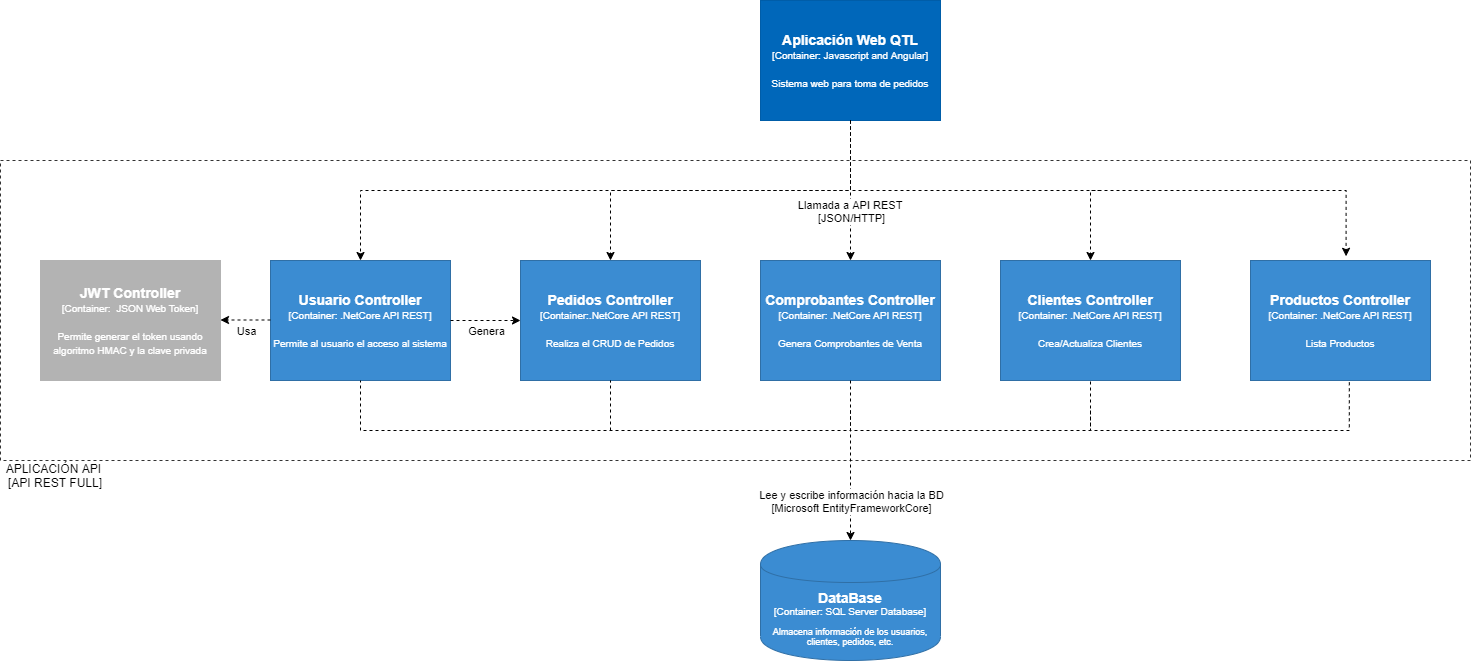
Earlier version of the draw.io export Diagramas/ModeloImplementacion.png (juancarlosfig1603/SistemaRestauranteCI2). Source tidied: cells renumbered, new cells last; positions are measured from the earlier drawing's top-left corner, leaving out a move shared by most shapes.
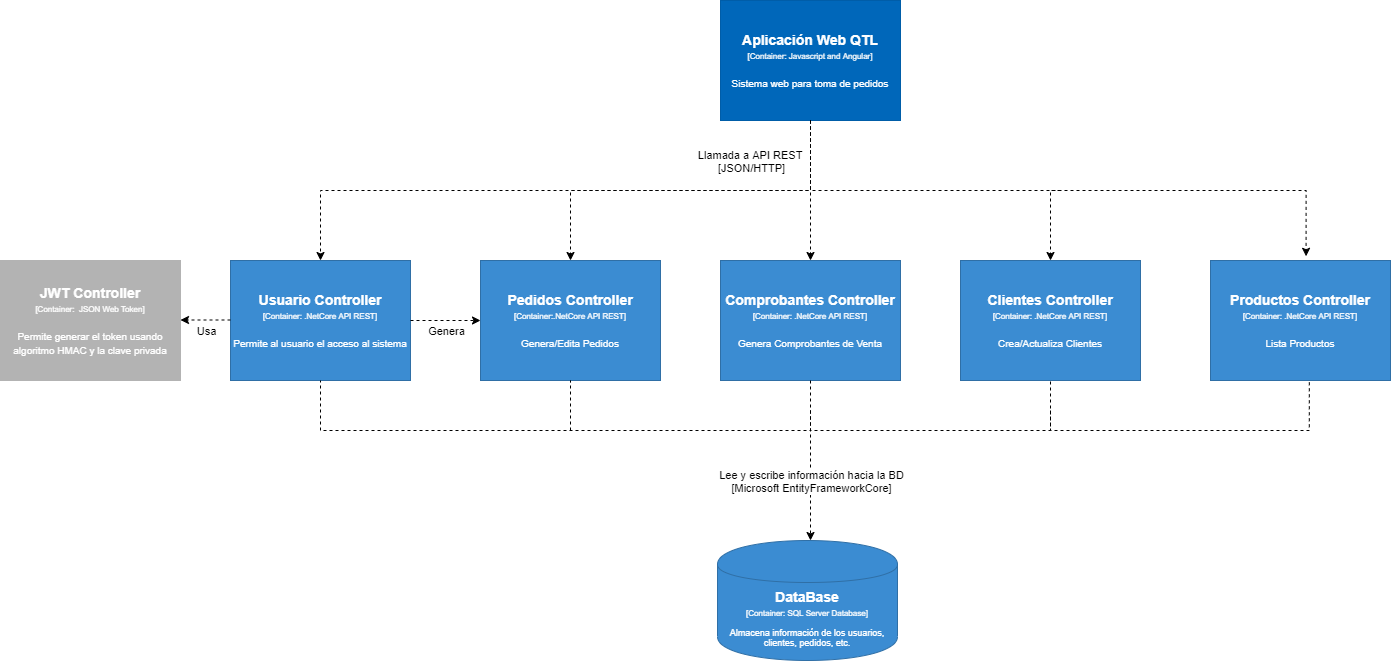
After the change.

Change to the diagram source:
```diff
@@ -2,45 +2,42 @@
   <root>
     <mxCell id="0" />
     <mxCell id="1" parent="0" />
-    <mxCell id="2" style="rounded=0;whiteSpace=wrap;html=1;strokeColor=#333333;fillColor=none;dashed=1;" parent="1" vertex="1">
-      <mxGeometry y="160" width="1470" height="300" as="geometry" />
-    </mxCell>
-    <object id="3" label="&lt;div&gt;&lt;span style=&quot;font-size: 14px&quot;&gt;&lt;b&gt;Aplicación Web QTL&lt;/b&gt;&lt;/span&gt;&lt;/div&gt;&lt;div&gt;&lt;font style=&quot;font-size: 10px&quot;&gt;[Container: Javascript and Angular]&lt;/font&gt;&lt;/div&gt;&lt;div&gt;&lt;span style=&quot;font-size: 8px&quot;&gt;&lt;br&gt;&lt;/span&gt;&lt;/div&gt;&lt;div&gt;&lt;font size=&quot;1&quot;&gt;Sistema web para toma de pedidos&lt;/font&gt;&lt;/div&gt;" description="Description" name="Software System Name" placeholders="1">
+    <object id="3" label="&lt;div&gt;&lt;span style=&quot;font-size: 14px&quot;&gt;&lt;b&gt;Aplicación Web QTL&lt;/b&gt;&lt;/span&gt;&lt;/div&gt;&lt;div&gt;&lt;span style=&quot;font-size: 8px&quot;&gt;[Container: Javascript and Angular]&lt;/span&gt;&lt;/div&gt;&lt;div&gt;&lt;span style=&quot;font-size: 8px&quot;&gt;&lt;br&gt;&lt;/span&gt;&lt;/div&gt;&lt;div&gt;&lt;font size=&quot;1&quot;&gt;Sistema web para toma de pedidos&lt;/font&gt;&lt;/div&gt;" description="Description" name="Software System Name" placeholders="1">
       <mxCell style="rounded=0;whiteSpace=wrap;html=1;fillColor=#0067BA;fontColor=#FFFFFF;strokeColor=#005DA8;" parent="1" vertex="1">
         <mxGeometry x="760" width="180" height="120" as="geometry" />
       </mxCell>
     </object>
-    <object id="4" label="&lt;div&gt;&lt;span style=&quot;font-size: 14px&quot;&gt;&lt;b&gt;Comprobantes Controller&lt;/b&gt;&lt;/span&gt;&lt;/div&gt;&lt;div&gt;&lt;font style=&quot;font-size: 10px&quot;&gt;[Container: .NetCore API REST]&lt;/font&gt;&lt;/div&gt;&lt;div&gt;&lt;span style=&quot;font-size: 8px&quot;&gt;&lt;br&gt;&lt;/span&gt;&lt;/div&gt;&lt;div&gt;&lt;font size=&quot;1&quot;&gt;Genera Comprobantes de Venta&lt;/font&gt;&lt;/div&gt;" description="Description" name="Container Name" placeholders="1" technology="e.g. Python, Flask">
+    <object id="4" label="&lt;div&gt;&lt;span style=&quot;font-size: 14px&quot;&gt;&lt;b&gt;Comprobantes Controller&lt;/b&gt;&lt;/span&gt;&lt;/div&gt;&lt;div&gt;&lt;span style=&quot;font-size: 8px&quot;&gt;[Container: .NetCore API REST]&lt;/span&gt;&lt;/div&gt;&lt;div&gt;&lt;span style=&quot;font-size: 8px&quot;&gt;&lt;br&gt;&lt;/span&gt;&lt;/div&gt;&lt;div&gt;&lt;font size=&quot;1&quot;&gt;Genera Comprobantes de Venta&lt;/font&gt;&lt;/div&gt;" description="Description" name="Container Name" placeholders="1" technology="e.g. Python, Flask">
       <mxCell style="rounded=0;whiteSpace=wrap;html=1;fillColor=#3B8CD2;fontColor=#FFFFFF;strokeColor=#2F6FA6;" parent="1" vertex="1">
         <mxGeometry x="760" y="260" width="180" height="120" as="geometry" />
       </mxCell>
     </object>
-    <object id="5" label="&lt;div style=&quot;color: rgb(255 , 255 , 255) ; white-space: normal&quot;&gt;&lt;span style=&quot;font-size: 14px&quot;&gt;&lt;b&gt;DataBase&lt;/b&gt;&lt;/span&gt;&lt;/div&gt;&lt;div style=&quot;color: rgb(255 , 255 , 255) ; white-space: normal&quot;&gt;&lt;font style=&quot;font-size: 10px&quot;&gt;[Container: SQL Server Database]&lt;/font&gt;&lt;/div&gt;&lt;div style=&quot;color: rgb(255 , 255 , 255) ; white-space: normal ; font-size: 8px&quot;&gt;&lt;font style=&quot;line-height: 9.6px&quot;&gt;&lt;br&gt;&lt;/font&gt;&lt;/div&gt;&lt;div style=&quot;color: rgb(255 , 255 , 255) ; white-space: normal&quot;&gt;Almacena información de los usuarios, clientes, pedidos, etc.&lt;/div&gt;" description="Description" name="Container Name" placeholders="1" technology="e.g. PostgreSQL">
+    <object id="5" label="&lt;div style=&quot;color: rgb(255 , 255 , 255) ; white-space: normal&quot;&gt;&lt;span style=&quot;font-size: 14px&quot;&gt;&lt;b&gt;DataBase&lt;/b&gt;&lt;/span&gt;&lt;/div&gt;&lt;div style=&quot;color: rgb(255 , 255 , 255) ; font-size: 12px ; white-space: normal&quot;&gt;&lt;font style=&quot;font-size: 8px&quot;&gt;[Container: SQL Server Database]&lt;/font&gt;&lt;/div&gt;&lt;div style=&quot;color: rgb(255 , 255 , 255) ; white-space: normal ; font-size: 8px&quot;&gt;&lt;font style=&quot;line-height: 9.6px&quot;&gt;&lt;br&gt;&lt;/font&gt;&lt;/div&gt;&lt;div style=&quot;color: rgb(255 , 255 , 255) ; white-space: normal&quot;&gt;Almacena información de los usuarios, clientes, pedidos, etc.&lt;/div&gt;" description="Description" name="Container Name" placeholders="1" technology="e.g. PostgreSQL">
       <mxCell style="shape=cylinder;whiteSpace=wrap;html=1;boundedLbl=1;backgroundOutline=1;strokeColor=#2F6FA6;strokeWidth=1;fillColor=#3B8CD2;fontSize=9;fontColor=#000000;align=center;" parent="1" vertex="1">
-        <mxGeometry x="760" y="540" width="180" height="120" as="geometry" />
+        <mxGeometry x="757" y="540" width="180" height="120" as="geometry" />
       </mxCell>
     </object>
-    <object id="6" label="&lt;div&gt;&lt;span style=&quot;font-size: 14px&quot;&gt;&lt;b&gt;Clientes Controller&lt;/b&gt;&lt;/span&gt;&lt;/div&gt;&lt;div&gt;&lt;font style=&quot;font-size: 10px&quot;&gt;[Container: .NetCore API REST]&lt;/font&gt;&lt;/div&gt;&lt;div&gt;&lt;span style=&quot;font-size: 8px&quot;&gt;&lt;br&gt;&lt;/span&gt;&lt;/div&gt;&lt;div&gt;&lt;font size=&quot;1&quot;&gt;Crea/Actualiza Clientes&lt;/font&gt;&lt;/div&gt;" description="Description" name="Container Name" placeholders="1" technology="e.g. Python, Flask">
+    <object id="6" label="&lt;div&gt;&lt;span style=&quot;font-size: 14px&quot;&gt;&lt;b&gt;Clientes Controller&lt;/b&gt;&lt;/span&gt;&lt;/div&gt;&lt;div&gt;&lt;span style=&quot;font-size: 8px&quot;&gt;[Container: .NetCore API REST]&lt;/span&gt;&lt;/div&gt;&lt;div&gt;&lt;span style=&quot;font-size: 8px&quot;&gt;&lt;br&gt;&lt;/span&gt;&lt;/div&gt;&lt;div&gt;&lt;font size=&quot;1&quot;&gt;Crea/Actualiza Clientes&lt;/font&gt;&lt;/div&gt;" description="Description" name="Container Name" placeholders="1" technology="e.g. Python, Flask">
       <mxCell style="rounded=0;whiteSpace=wrap;html=1;fillColor=#3B8CD2;fontColor=#FFFFFF;strokeColor=#2F6FA6;" parent="1" vertex="1">
         <mxGeometry x="1000" y="260" width="180" height="120" as="geometry" />
       </mxCell>
     </object>
-    <object id="7" label="&lt;div&gt;&lt;span style=&quot;font-size: 14px&quot;&gt;&lt;b&gt;Pedidos Controller&lt;/b&gt;&lt;/span&gt;&lt;/div&gt;&lt;div&gt;&lt;font style=&quot;font-size: 10px&quot;&gt;[Container:.NetCore API REST]&lt;/font&gt;&lt;/div&gt;&lt;div&gt;&lt;span style=&quot;font-size: 8px&quot;&gt;&lt;br&gt;&lt;/span&gt;&lt;/div&gt;&lt;div&gt;&lt;font size=&quot;1&quot;&gt;Realiza el CRUD de Pedidos&lt;/font&gt;&lt;/div&gt;" description="Description" name="Container Name" placeholders="1" technology="e.g. Python, Flask">
+    <object id="7" label="&lt;div&gt;&lt;span style=&quot;font-size: 14px&quot;&gt;&lt;b&gt;Pedidos Controller&lt;/b&gt;&lt;/span&gt;&lt;/div&gt;&lt;div&gt;&lt;span style=&quot;font-size: 8px&quot;&gt;[Container:.NetCore API REST]&lt;/span&gt;&lt;/div&gt;&lt;div&gt;&lt;span style=&quot;font-size: 8px&quot;&gt;&lt;br&gt;&lt;/span&gt;&lt;/div&gt;&lt;div&gt;&lt;font size=&quot;1&quot;&gt;Genera/Edita Pedidos&lt;/font&gt;&lt;/div&gt;" description="Description" name="Container Name" placeholders="1" technology="e.g. Python, Flask">
       <mxCell style="rounded=0;whiteSpace=wrap;html=1;fillColor=#3B8CD2;fontColor=#FFFFFF;strokeColor=#2F6FA6;" parent="1" vertex="1">
         <mxGeometry x="520" y="260" width="180" height="120" as="geometry" />
       </mxCell>
     </object>
-    <object id="8" label="&lt;div&gt;&lt;span style=&quot;font-size: 14px&quot;&gt;&lt;b&gt;Productos Controller&lt;/b&gt;&lt;/span&gt;&lt;/div&gt;&lt;div&gt;&lt;font style=&quot;font-size: 10px&quot;&gt;[Container: .NetCore API REST]&lt;/font&gt;&lt;/div&gt;&lt;div&gt;&lt;span style=&quot;font-size: 8px&quot;&gt;&lt;br&gt;&lt;/span&gt;&lt;/div&gt;&lt;div&gt;&lt;font size=&quot;1&quot;&gt;Lista Productos&lt;/font&gt;&lt;/div&gt;" description="Description" name="Container Name" placeholders="1" technology="e.g. Python, Flask">
+    <object id="8" label="&lt;div&gt;&lt;span style=&quot;font-size: 14px&quot;&gt;&lt;b&gt;Productos Controller&lt;/b&gt;&lt;/span&gt;&lt;/div&gt;&lt;div&gt;&lt;span style=&quot;font-size: 8px&quot;&gt;[Container: .NetCore API REST]&lt;/span&gt;&lt;/div&gt;&lt;div&gt;&lt;span style=&quot;font-size: 8px&quot;&gt;&lt;br&gt;&lt;/span&gt;&lt;/div&gt;&lt;div&gt;&lt;font size=&quot;1&quot;&gt;Lista Productos&lt;/font&gt;&lt;/div&gt;" description="Description" name="Container Name" placeholders="1" technology="e.g. Python, Flask">
       <mxCell style="rounded=0;whiteSpace=wrap;html=1;fillColor=#3B8CD2;fontColor=#FFFFFF;strokeColor=#2F6FA6;" parent="1" vertex="1">
         <mxGeometry x="1250" y="260" width="180" height="120" as="geometry" />
       </mxCell>
     </object>
-    <object id="9" label="&lt;div&gt;&lt;span style=&quot;font-size: 14px&quot;&gt;&lt;b&gt;Usuario Controller&lt;/b&gt;&lt;/span&gt;&lt;/div&gt;&lt;div&gt;&lt;font style=&quot;font-size: 10px&quot;&gt;[Container: .NetCore API REST]&lt;/font&gt;&lt;/div&gt;&lt;div&gt;&lt;span style=&quot;font-size: 8px&quot;&gt;&lt;br&gt;&lt;/span&gt;&lt;/div&gt;&lt;div&gt;&lt;font size=&quot;1&quot;&gt;Permite al usuario el acceso al sistema&lt;/font&gt;&lt;/div&gt;" description="Description" name="Container Name" placeholders="1" technology="e.g. Python, Flask">
+    <object id="9" label="&lt;div&gt;&lt;span style=&quot;font-size: 14px&quot;&gt;&lt;b&gt;Usuario Controller&lt;/b&gt;&lt;/span&gt;&lt;/div&gt;&lt;div&gt;&lt;span style=&quot;font-size: 8px&quot;&gt;[Container: .NetCore API REST]&lt;/span&gt;&lt;/div&gt;&lt;div&gt;&lt;span style=&quot;font-size: 8px&quot;&gt;&lt;br&gt;&lt;/span&gt;&lt;/div&gt;&lt;div&gt;&lt;font size=&quot;1&quot;&gt;Permite al usuario el acceso al sistema&lt;/font&gt;&lt;/div&gt;" description="Description" name="Container Name" placeholders="1" technology="e.g. Python, Flask">
       <mxCell style="rounded=0;whiteSpace=wrap;html=1;fillColor=#3B8CD2;fontColor=#FFFFFF;strokeColor=#2F6FA6;" parent="1" vertex="1">
         <mxGeometry x="270" y="260" width="180" height="120" as="geometry" />
       </mxCell>
     </object>
-    <object id="10" label="&lt;div&gt;&lt;span style=&quot;font-size: 14px&quot;&gt;&lt;b&gt;JWT Controller&lt;/b&gt;&lt;/span&gt;&lt;/div&gt;&lt;div&gt;&lt;font style=&quot;font-size: 10px&quot;&gt;[Container:&amp;nbsp; JSON Web Token]&lt;/font&gt;&lt;/div&gt;&lt;div&gt;&lt;span style=&quot;font-size: 8px&quot;&gt;&lt;br&gt;&lt;/span&gt;&lt;/div&gt;&lt;div&gt;&lt;font size=&quot;1&quot;&gt;Permite generar el token usando algoritmo HMAC y la clave privada&lt;/font&gt;&lt;/div&gt;" description="Description" name="Container Name" placeholders="1" technology="e.g. Python, Flask">
+    <object id="10" label="&lt;div&gt;&lt;span style=&quot;font-size: 14px&quot;&gt;&lt;b&gt;JWT Controller&lt;/b&gt;&lt;/span&gt;&lt;/div&gt;&lt;div&gt;&lt;span style=&quot;font-size: 8px&quot;&gt;[Container:&amp;nbsp; JSON Web Token]&lt;/span&gt;&lt;/div&gt;&lt;div&gt;&lt;span style=&quot;font-size: 8px&quot;&gt;&lt;br&gt;&lt;/span&gt;&lt;/div&gt;&lt;div&gt;&lt;font size=&quot;1&quot;&gt;Permite generar el token usando algoritmo HMAC y la clave privada&lt;/font&gt;&lt;/div&gt;" description="Description" name="Container Name" placeholders="1" technology="e.g. Python, Flask">
       <mxCell style="rounded=0;whiteSpace=wrap;html=1;fillColor=#B3B3B3;fontColor=#FFFFFF;strokeColor=#B3B3B3;" parent="1" vertex="1">
         <mxGeometry x="40" y="260" width="180" height="120" as="geometry" />
       </mxCell>
@@ -50,15 +47,17 @@
     </mxCell>
     <mxCell id="12" value="Llamada a API REST&amp;nbsp;&lt;br&gt;[JSON/HTTP]" style="edgeLabel;html=1;align=center;verticalAlign=middle;strokeColor=#B3B3B3;fillColor=#B3B3B3;" parent="11" vertex="1">
       <mxGeometry relative="1" as="geometry">
-        <mxPoint y="20" as="offset" />
+        <mxPoint x="-60" y="-30" as="offset" />
       </mxGeometry>
     </mxCell>
-    <mxCell id="13" style="endArrow=classic;html=1;rounded=0;dashed=1;edgeStyle=orthogonalEdgeStyle;exitX=0.5;exitY=1;exitDx=0;exitDy=0;entryX=0.5;entryY=0;entryDx=0;entryDy=0;" parent="1" edge="1" source="4" target="5">
-      <mxGeometry relative="1" as="geometry" />
+    <mxCell id="13" style="endArrow=classic;html=1;rounded=0;dashed=1;edgeStyle=orthogonalEdgeStyle;exitX=0.5;exitY=1;exitDx=0;exitDy=0;entryX=0.5;entryY=0;entryDx=0;entryDy=0;" parent="1" edge="1" source="4">
+      <mxGeometry relative="1" as="geometry">
+        <mxPoint x="850" y="540" as="targetPoint" />
+      </mxGeometry>
     </mxCell>
     <mxCell id="14" value="Lee y escribe información hacia la BD&lt;br&gt;[Microsoft EntityFrameworkCore]" style="edgeLabel;html=1;align=center;verticalAlign=middle;strokeColor=#B3B3B3;fillColor=#B3B3B3;" parent="13" vertex="1">
       <mxGeometry relative="1" as="geometry">
-        <mxPoint y="40" as="offset" />
+        <mxPoint y="20" as="offset" />
       </mxGeometry>
     </mxCell>
     <mxCell id="15" style="endArrow=classic;html=1;rounded=0;dashed=1;edgeStyle=orthogonalEdgeStyle;exitX=1;exitY=0.5;exitDx=0;exitDy=0;" parent="1" edge="1" source="9" target="7">
@@ -144,8 +143,5 @@
         <mxPoint y="11" as="offset" />
       </mxGeometry>
     </mxCell>
-    <mxCell id="27" value="APLICACIÓN API&amp;nbsp;&lt;br&gt;[API REST FULL]" style="text;html=1;strokeColor=none;fillColor=none;align=center;verticalAlign=middle;whiteSpace=wrap;rounded=0;dashed=1;" parent="1" vertex="1">
-      <mxGeometry y="460" width="110" height="30" as="geometry" />
-    </mxCell>
   </root>
 </mxGraphModel>
```
